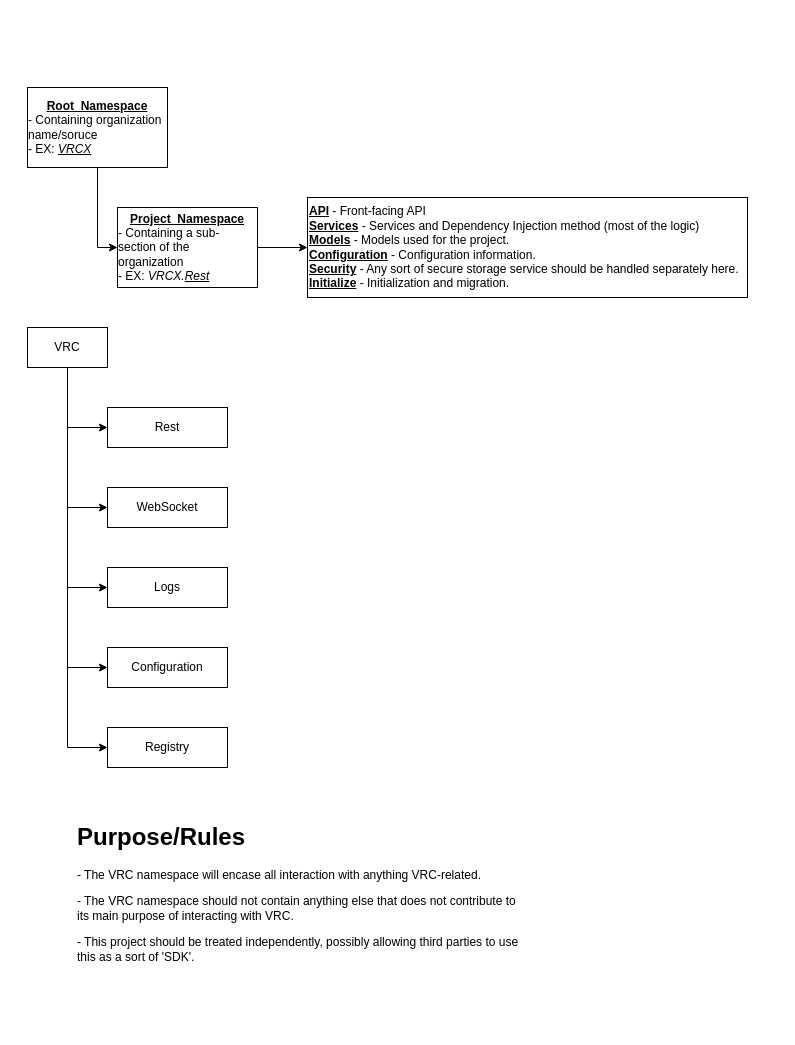
Above: page "ProjectMapping_VRCX" (2 of 2) of planning/Solution-Diagram.drawio in RubyEdge/VRCX (draw.io), before the change. Source tidied: cells renumbered, new cells numbered last; positions are measured from the earlier drawing's top-left corner, leaving out a move shared by most shapes. Both pictures are drawn from the tidied source at 100%, with x=0, y=0 at pixel (27, 87).
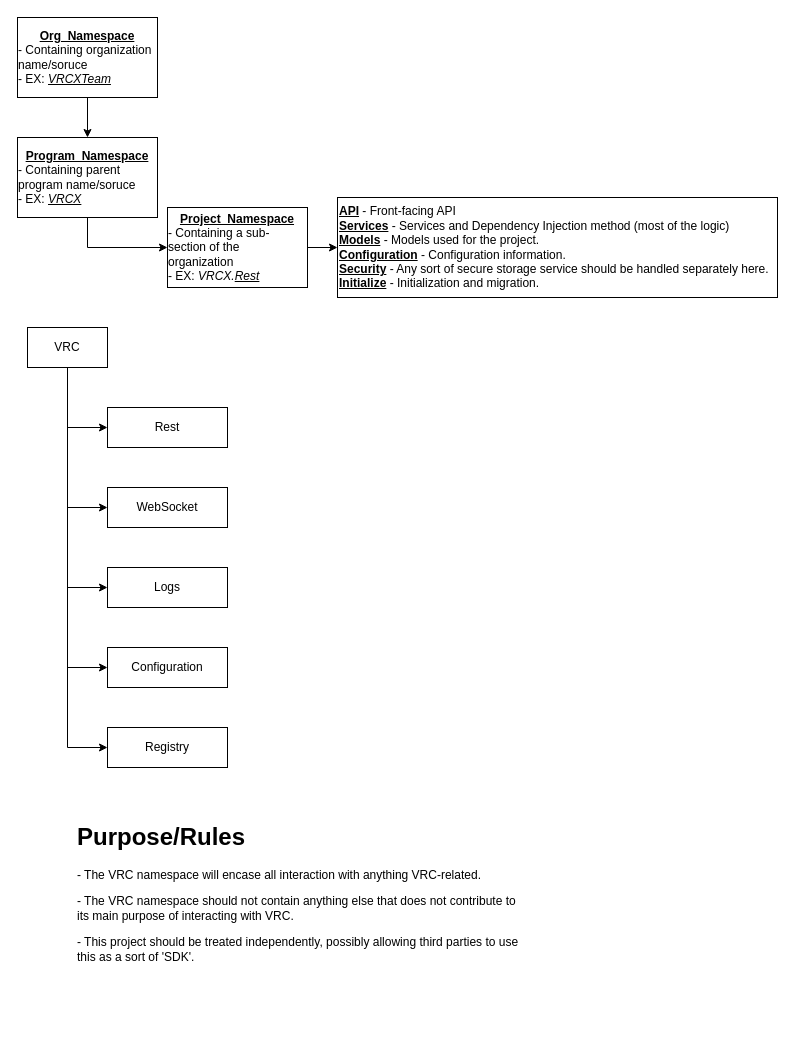
Above is the later version.

Commit message:
Updated namespace ruling

What changed in the source:
```diff
@@
-    <mxCell id="14" style="edgeStyle=orthogonalEdgeStyle;rounded=0;jettySize=auto;html=1;exitX=0.5;exitY=1;exitDx=0;exitDy=0;entryX=0;entryY=0.5;entryDx=0;entryDy=0;" parent="1" edge="1" source="15" target="17">
-      <mxGeometry relative="1" as="geometry">
-        <Array as="points">
-          <mxPoint x="70" y="160" />
-        </Array>
-      </mxGeometry>
+    <mxCell id="14" style="edgeStyle=orthogonalEdgeStyle;rounded=0;jettySize=auto;html=1;exitX=0.5;exitY=1;exitDx=0;exitDy=0;" parent="1" edge="1" source="15" target="17">
+      <mxGeometry relative="1" as="geometry" />
     </mxCell>
-    <mxCell id="15" value="&lt;div align=&quot;center&quot;&gt;&lt;b&gt;&lt;u&gt;Root_Namespace&lt;/u&gt;&lt;/b&gt;&lt;br&gt;&lt;/div&gt;&lt;div align=&quot;left&quot;&gt;- Containing organization name/soruce&lt;/div&gt;&lt;div align=&quot;left&quot;&gt;- EX: &lt;i&gt;&lt;u&gt;VRCX&lt;/u&gt;&lt;/i&gt;&lt;br&gt;&lt;/div&gt;" style="rounded=0;whiteSpace=wrap;html=1;align=center;" parent="1" vertex="1">
-      <mxGeometry width="140" height="80" as="geometry" />
+    <mxCell id="15" value="&lt;div align=&quot;center&quot;&gt;&lt;b&gt;&lt;u&gt;Program_Namespace&lt;/u&gt;&lt;/b&gt;&lt;br&gt;&lt;/div&gt;&lt;div align=&quot;left&quot;&gt;- Containing parent program name/soruce&lt;/div&gt;&lt;div align=&quot;left&quot;&gt;- EX: &lt;i&gt;&lt;u&gt;VRCX&lt;/u&gt;&lt;/i&gt;&lt;br&gt;&lt;/div&gt;" style="rounded=0;whiteSpace=wrap;html=1;align=center;" parent="1" vertex="1">
+      <mxGeometry x="-10" y="50" width="140" height="80" as="geometry" />
     </mxCell>
@@
     <mxCell id="17" value="&lt;div align=&quot;center&quot;&gt;&lt;b&gt;&lt;u&gt;Project_Namespace&lt;/u&gt;&lt;/b&gt;&lt;br&gt;&lt;/div&gt;&lt;div align=&quot;left&quot;&gt;- Containing a sub-section of the organization&lt;/div&gt;&lt;div align=&quot;left&quot;&gt;- EX: &lt;i&gt;VRCX.&lt;u&gt;Rest&lt;/u&gt;&lt;/i&gt;&lt;br&gt;&lt;/div&gt;" style="rounded=0;whiteSpace=wrap;html=1;align=center;" parent="1" vertex="1">
-      <mxGeometry x="90" y="120" width="140" height="80" as="geometry" />
+      <mxGeometry x="140" y="120" width="140" height="80" as="geometry" />
     </mxCell>
     <mxCell id="18" value="&lt;div align=&quot;left&quot;&gt;&lt;u&gt;&lt;b&gt;API&lt;/b&gt;&lt;/u&gt; - Front-facing API&lt;br&gt;&lt;/div&gt;&lt;b&gt;&lt;u&gt;Services&lt;/u&gt;&lt;/b&gt; - Services and Dependency Injection method (most of the logic)&lt;br&gt;&lt;b&gt;&lt;u&gt;Models&lt;/u&gt;&lt;/b&gt; - Models used for the project.&lt;div&gt;&lt;b&gt;&lt;u&gt;Configuration&lt;/u&gt;&lt;/b&gt; - Configuration information.&lt;br&gt;&lt;b&gt;&lt;u&gt;Security&lt;/u&gt;&lt;/b&gt; - Any sort of secure storage service should be handled separately here.&lt;br&gt;&lt;b&gt;&lt;u&gt;Initialize&lt;/u&gt;&lt;/b&gt; - Initialization and migration.&lt;br&gt;&lt;/div&gt;" style="rounded=0;whiteSpace=wrap;html=1;align=left;" parent="1" vertex="1">
-      <mxGeometry x="280" y="110" width="440" height="100" as="geometry" />
+      <mxGeometry x="310" y="110" width="440" height="100" as="geometry" />
     </mxCell>
+    <mxCell id="19" style="edgeStyle=orthogonalEdgeStyle;rounded=0;jettySize=auto;html=1;exitX=0.5;exitY=1;exitDx=0;exitDy=0;entryX=0.5;entryY=0;entryDx=0;entryDy=0;" parent="1" edge="1" source="20" target="15">
+      <mxGeometry relative="1" as="geometry" />
+    </mxCell>
+    <mxCell id="20" value="&lt;div align=&quot;center&quot;&gt;&lt;b&gt;&lt;u&gt;Org_Namespace&lt;/u&gt;&lt;/b&gt;&lt;br&gt;&lt;/div&gt;&lt;div align=&quot;left&quot;&gt;- Containing organization name/soruce&lt;/div&gt;&lt;div align=&quot;left&quot;&gt;- EX: &lt;i&gt;&lt;u&gt;VRCXTeam&lt;/u&gt;&lt;/i&gt;&lt;br&gt;&lt;/div&gt;" style="rounded=0;whiteSpace=wrap;html=1;align=center;" parent="1" vertex="1">
+      <mxGeometry x="-10" y="-70" width="140" height="80" as="geometry" />
+    </mxCell>
```
